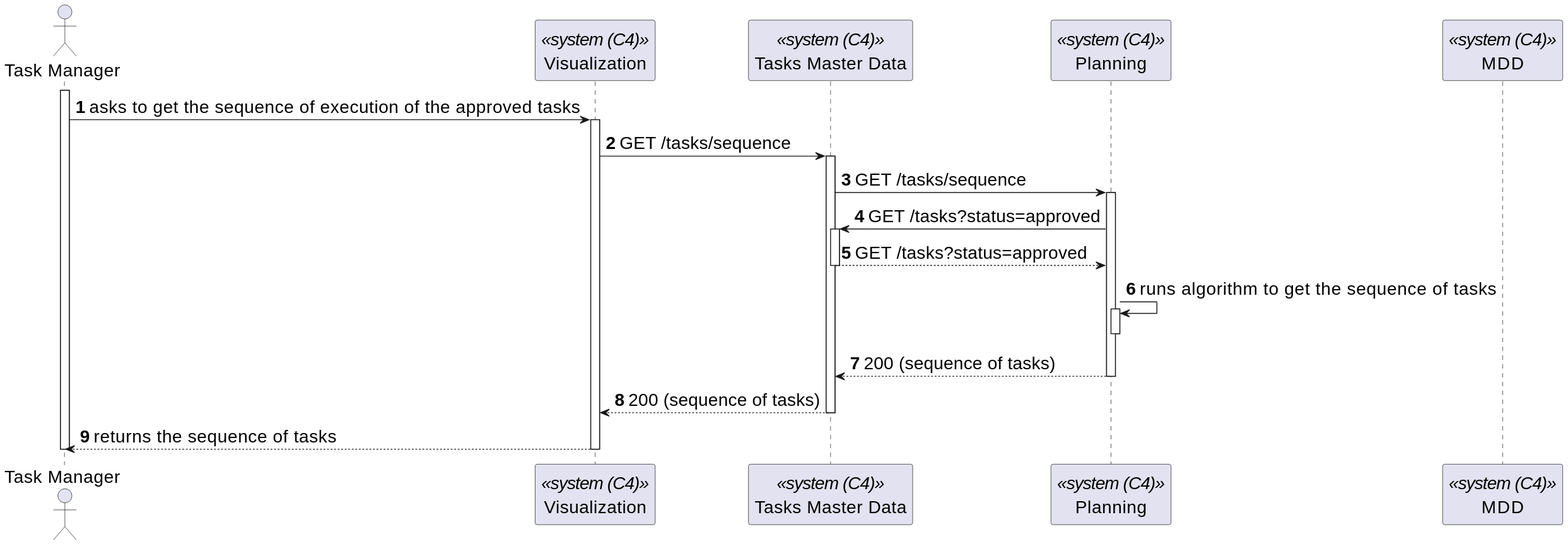
Earlier version of the PlantUML export _wiki/sprint-c/us-500/views/level-2/assets/process-view.svg (miseEnPlace-dev/lapr5). Its diagram source:
```plantuml
@startuml
skinparamlocked defaultFontSize 20
autonumber
actor TM as "Task Manager"
participant UI as "Visualization" <<system (C4)>>
participant TMD as "Tasks Master Data" <<system (C4)>>
participant P as "Planning" <<system (C4)>>
participant MDD as "MDD" <<system (C4)>>

activate TM

TM -> UI : asks to get the sequence of execution of the approved tasks
activate UI

UI -> TMD : GET /tasks/sequence
activate TMD
TMD -> P : GET /tasks/sequence
activate P
P -> TMD : GET /tasks?status=approved
activate TMD
TMD --> P : GET /tasks?status=approved
deactivate TMD
P -> P : runs algorithm to get the sequence of tasks
activate P
deactivate P
P --> TMD : 200 (sequence of tasks)
deactivate P
TMD --> UI : 200 (sequence of tasks)
deactivate TMD

TM <-- UI : returns the sequence of tasks
deactivate UI

deactivate TM
@enduml
```
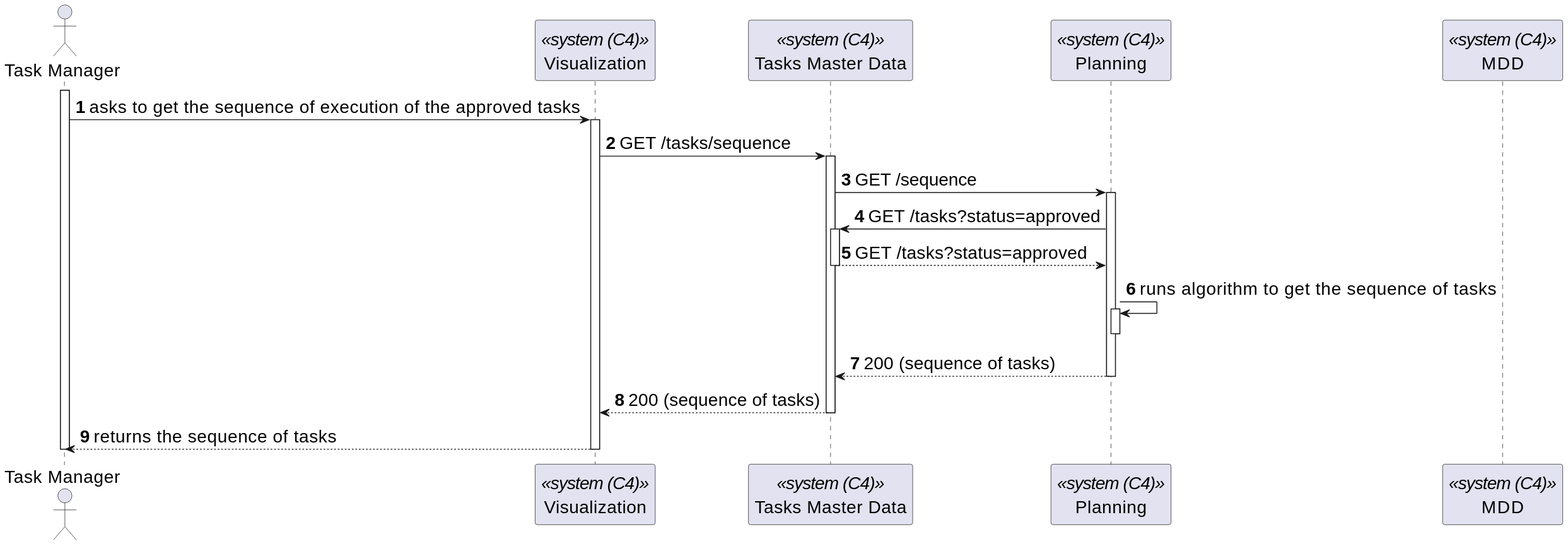
Above is the later version.

Change to the diagram source:
```diff
@@ -14,7 +14,7 @@
 
 UI -> TMD : GET /tasks/sequence
 activate TMD
-TMD -> P : GET /tasks/sequence
+TMD -> P : GET /sequence
 activate P
 P -> TMD : GET /tasks?status=approved
 activate TMD
```
